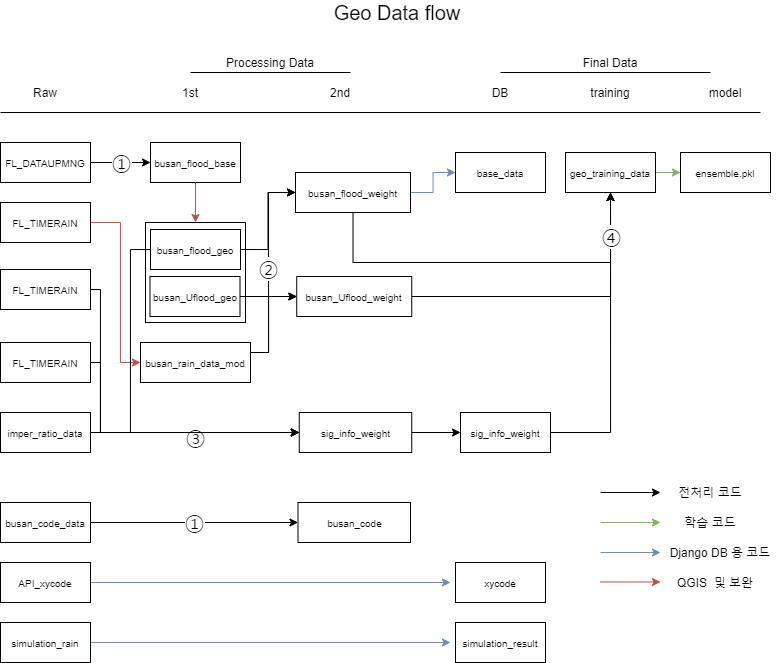
The draw.io diagram Readme md 99629370fe664b84b98f21911af9cff2/file.png in kho903/dataflood, before a commit. Source tidied: cells renumbered, new cells last; positions are measured from the earlier drawing's top-left corner, leaving out a move shared by most shapes. Source of this version:
```xml
<mxGraphModel>
  <root>
    <mxCell id="0" />
    <mxCell id="1" parent="0" />
    <mxCell id="2" style="endArrow=none;html=1;" parent="1" edge="1">
      <mxGeometry relative="1" as="geometry">
        <mxPoint y="110" as="sourcePoint" />
        <mxPoint x="760" y="110" as="targetPoint" />
      </mxGeometry>
    </mxCell>
    <mxCell id="3" value="&lt;font style=&quot;font-size: 8px&quot;&gt;FL_DATAUPMNG&lt;/font&gt;" style="rounded=0;whiteSpace=wrap;html=1;" parent="1" vertex="1">
      <mxGeometry y="140" width="90" height="40" as="geometry" />
    </mxCell>
    <mxCell id="4" style="edgeStyle=orthogonalEdgeStyle;rounded=0;jettySize=auto;html=1;entryX=0;entryY=0.5;entryDx=0;entryDy=0;fillColor=#f8cecc;strokeColor=#b85450;" parent="1" edge="1" source="5" target="24">
      <mxGeometry relative="1" as="geometry">
        <Array as="points">
          <mxPoint x="120" y="220" />
          <mxPoint x="120" y="360" />
        </Array>
      </mxGeometry>
    </mxCell>
    <mxCell id="5" value="&lt;font style=&quot;font-size: 8px&quot;&gt;FL_TIMERAIN&lt;/font&gt;" style="rounded=0;whiteSpace=wrap;html=1;" parent="1" vertex="1">
      <mxGeometry y="200" width="90" height="40" as="geometry" />
    </mxCell>
    <mxCell id="6" style="edgeStyle=orthogonalEdgeStyle;rounded=0;jettySize=auto;html=1;" parent="1" edge="1" source="7" target="33">
      <mxGeometry relative="1" as="geometry" />
    </mxCell>
    <mxCell id="7" value="&lt;font style=&quot;font-size: 8px&quot;&gt;imper_ratio_data&lt;br&gt;&lt;/font&gt;" style="rounded=0;whiteSpace=wrap;html=1;" parent="1" vertex="1">
      <mxGeometry y="410" width="90" height="40" as="geometry" />
    </mxCell>
    <mxCell id="8" value="&lt;font style=&quot;font-size: 20px&quot;&gt;①&lt;/font&gt;" style="edgeStyle=orthogonalEdgeStyle;rounded=0;jettySize=auto;html=1;entryX=0;entryY=0.5;entryDx=0;entryDy=0;" parent="1" edge="1" source="9" target="31">
      <mxGeometry relative="1" as="geometry" />
    </mxCell>
    <mxCell id="9" value="&lt;font style=&quot;font-size: 8px&quot;&gt;busan_code_data&lt;/font&gt;" style="rounded=0;whiteSpace=wrap;html=1;" parent="1" vertex="1">
      <mxGeometry y="500" width="90" height="40" as="geometry" />
    </mxCell>
    <mxCell id="10" value="Raw" style="text;html=1;strokeColor=none;fillColor=none;align=center;verticalAlign=middle;whiteSpace=wrap;rounded=0;" parent="1" vertex="1">
      <mxGeometry x="25" y="80" width="40" height="20" as="geometry" />
    </mxCell>
    <mxCell id="11" value="1st" style="text;html=1;strokeColor=none;fillColor=none;align=center;verticalAlign=middle;whiteSpace=wrap;rounded=0;" parent="1" vertex="1">
      <mxGeometry x="170" y="80" width="40" height="20" as="geometry" />
    </mxCell>
    <mxCell id="12" value="&lt;font style=&quot;font-size: 20px&quot;&gt;①&lt;/font&gt;" style="endArrow=classic;html=1;exitX=1;exitY=0.5;exitDx=0;exitDy=0;entryX=0;entryY=0.5;entryDx=0;entryDy=0;" parent="1" edge="1" source="3" target="13">
      <mxGeometry relative="1" as="geometry" />
    </mxCell>
    <mxCell id="13" value="&lt;font style=&quot;font-size: 8px&quot;&gt;busan_flood_base&lt;/font&gt;" style="rounded=0;whiteSpace=wrap;html=1;" parent="1" vertex="1">
      <mxGeometry x="150" y="140" width="90" height="40" as="geometry" />
    </mxCell>
    <mxCell id="14" style="endArrow=classic;html=1;exitX=0.5;exitY=1;exitDx=0;exitDy=0;entryX=0.5;entryY=0;entryDx=0;entryDy=0;fillColor=#f8cecc;strokeColor=#b85450;" parent="1" edge="1" source="13" target="15">
      <mxGeometry relative="1" as="geometry" />
    </mxCell>
    <mxCell id="15" style="whiteSpace=wrap;html=1;" parent="1" vertex="1">
      <mxGeometry x="145" y="220" width="100" height="100" as="geometry" />
    </mxCell>
    <mxCell id="16" style="edgeStyle=orthogonalEdgeStyle;rounded=0;jettySize=auto;html=1;exitX=1;exitY=0.5;exitDx=0;exitDy=0;entryX=0;entryY=0.5;entryDx=0;entryDy=0;" parent="1" edge="1" source="19" target="30">
      <mxGeometry relative="1" as="geometry" />
    </mxCell>
    <mxCell id="17" style="edgeStyle=orthogonalEdgeStyle;rounded=0;jettySize=auto;html=1;entryX=0;entryY=0.25;entryDx=0;entryDy=0;" parent="1" edge="1" source="19" target="33">
      <mxGeometry relative="1" as="geometry">
        <Array as="points">
          <mxPoint x="130" y="247" />
          <mxPoint x="130" y="430" />
          <mxPoint x="317" y="430" />
        </Array>
      </mxGeometry>
    </mxCell>
    <mxCell id="18" value="&lt;font style=&quot;font-size: 20px&quot;&gt;③&lt;/font&gt;" style="edgeLabel;html=1;align=center;verticalAlign=middle;" parent="17" vertex="1">
      <mxGeometry x="0.28" y="-4" relative="1" as="geometry" />
    </mxCell>
    <mxCell id="19" value="&lt;font style=&quot;font-size: 8px&quot;&gt;busan_flood_geo&lt;/font&gt;" style="rounded=0;whiteSpace=wrap;html=1;" parent="1" vertex="1">
      <mxGeometry x="150" y="227" width="90" height="40" as="geometry" />
    </mxCell>
    <mxCell id="20" style="edgeStyle=orthogonalEdgeStyle;rounded=0;jettySize=auto;html=1;entryX=0;entryY=0.5;entryDx=0;entryDy=0;" parent="1" edge="1" source="21" target="35">
      <mxGeometry relative="1" as="geometry" />
    </mxCell>
    <mxCell id="21" value="&lt;font style=&quot;font-size: 8px&quot;&gt;busan_Uflood_geo&lt;/font&gt;" style="rounded=0;whiteSpace=wrap;html=1;" parent="1" vertex="1">
      <mxGeometry x="149.5" y="274" width="90" height="40" as="geometry" />
    </mxCell>
    <mxCell id="22" style="edgeStyle=orthogonalEdgeStyle;rounded=0;jettySize=auto;html=1;entryX=0;entryY=0.5;entryDx=0;entryDy=0;" parent="1" edge="1" source="24" target="35">
      <mxGeometry relative="1" as="geometry">
        <Array as="points">
          <mxPoint x="268" y="350" />
          <mxPoint x="268" y="294" />
        </Array>
      </mxGeometry>
    </mxCell>
    <mxCell id="23" value="&lt;font style=&quot;font-size: 20px&quot;&gt;②&lt;/font&gt;" style="edgeStyle=orthogonalEdgeStyle;rounded=0;jettySize=auto;html=1;entryX=0;entryY=0.5;entryDx=0;entryDy=0;" parent="1" edge="1" source="24" target="30">
      <mxGeometry relative="1" as="geometry">
        <Array as="points">
          <mxPoint x="268" y="350" />
          <mxPoint x="268" y="190" />
        </Array>
      </mxGeometry>
    </mxCell>
    <mxCell id="24" value="&lt;font style=&quot;font-size: 9px&quot;&gt;busan_rain_data_mod&lt;/font&gt;" style="rounded=0;whiteSpace=wrap;html=1;" parent="1" vertex="1">
      <mxGeometry x="140" y="340" width="110" height="40" as="geometry" />
    </mxCell>
    <mxCell id="25" value="2nd" style="text;html=1;strokeColor=none;fillColor=none;align=center;verticalAlign=middle;whiteSpace=wrap;rounded=0;" parent="1" vertex="1">
      <mxGeometry x="320" y="80" width="40" height="20" as="geometry" />
    </mxCell>
    <mxCell id="26" value="Processing Data" style="text;html=1;strokeColor=none;fillColor=none;align=center;verticalAlign=middle;whiteSpace=wrap;rounded=0;" parent="1" vertex="1">
      <mxGeometry x="210" y="50" width="120" height="20" as="geometry" />
    </mxCell>
    <mxCell id="27" style="endArrow=none;html=1;" parent="1" edge="1">
      <mxGeometry relative="1" as="geometry">
        <mxPoint x="190" y="70" as="sourcePoint" />
        <mxPoint x="350" y="70" as="targetPoint" />
      </mxGeometry>
    </mxCell>
    <mxCell id="28" style="edgeStyle=orthogonalEdgeStyle;rounded=0;jettySize=auto;html=1;entryX=0;entryY=0.5;entryDx=0;entryDy=0;fillColor=#dae8fc;strokeColor=#6c8ebf;" parent="1" edge="1" source="30" target="43">
      <mxGeometry relative="1" as="geometry" />
    </mxCell>
    <mxCell id="29" style="edgeStyle=orthogonalEdgeStyle;rounded=0;jettySize=auto;html=1;entryX=0.5;entryY=1;entryDx=0;entryDy=0;" parent="1" edge="1" source="30" target="42">
      <mxGeometry relative="1" as="geometry">
        <Array as="points">
          <mxPoint x="353" y="260" />
          <mxPoint x="610" y="260" />
        </Array>
      </mxGeometry>
    </mxCell>
    <mxCell id="30" value="&lt;font style=&quot;font-size: 8px&quot;&gt;busan_flood_weight&lt;/font&gt;" style="rounded=0;whiteSpace=wrap;html=1;" parent="1" vertex="1">
      <mxGeometry x="295" y="170" width="115" height="40" as="geometry" />
    </mxCell>
    <mxCell id="31" value="&lt;font style=&quot;font-size: 8px&quot;&gt;busan_code&lt;/font&gt;" style="rounded=0;whiteSpace=wrap;html=1;" parent="1" vertex="1">
      <mxGeometry x="297.5" y="500" width="112.5" height="40" as="geometry" />
    </mxCell>
    <mxCell id="32" style="edgeStyle=orthogonalEdgeStyle;rounded=0;jettySize=auto;html=1;entryX=0;entryY=0.5;entryDx=0;entryDy=0;" parent="1" edge="1" source="33" target="51">
      <mxGeometry relative="1" as="geometry" />
    </mxCell>
    <mxCell id="33" value="&lt;span style=&quot;font-size: 8px&quot;&gt;sig_info_weight&lt;/span&gt;" style="rounded=0;whiteSpace=wrap;html=1;" parent="1" vertex="1">
      <mxGeometry x="298.8" y="410" width="112.5" height="40" as="geometry" />
    </mxCell>
    <mxCell id="34" style="edgeStyle=orthogonalEdgeStyle;rounded=0;jettySize=auto;html=1;entryX=0.5;entryY=1;entryDx=0;entryDy=0;" parent="1" edge="1" source="35" target="42">
      <mxGeometry relative="1" as="geometry" />
    </mxCell>
    <mxCell id="35" value="&lt;font style=&quot;font-size: 8px&quot;&gt;busan_Uflood_weight&lt;/font&gt;" style="rounded=0;whiteSpace=wrap;html=1;" parent="1" vertex="1">
      <mxGeometry x="296.2" y="274" width="115" height="40" as="geometry" />
    </mxCell>
    <mxCell id="36" value="DB" style="text;html=1;strokeColor=none;fillColor=none;align=center;verticalAlign=middle;whiteSpace=wrap;rounded=0;" parent="1" vertex="1">
      <mxGeometry x="480" y="80" width="40" height="20" as="geometry" />
    </mxCell>
    <mxCell id="37" value="model" style="text;html=1;strokeColor=none;fillColor=none;align=center;verticalAlign=middle;whiteSpace=wrap;rounded=0;" parent="1" vertex="1">
      <mxGeometry x="705" y="80" width="40" height="20" as="geometry" />
    </mxCell>
    <mxCell id="38" value="training" style="text;html=1;strokeColor=none;fillColor=none;align=center;verticalAlign=middle;whiteSpace=wrap;rounded=0;" parent="1" vertex="1">
      <mxGeometry x="590" y="80" width="40" height="20" as="geometry" />
    </mxCell>
    <mxCell id="39" value="Final Data" style="text;html=1;strokeColor=none;fillColor=none;align=center;verticalAlign=middle;whiteSpace=wrap;rounded=0;" parent="1" vertex="1">
      <mxGeometry x="550" y="50" width="120" height="20" as="geometry" />
    </mxCell>
    <mxCell id="40" style="endArrow=none;html=1;" parent="1" edge="1">
      <mxGeometry relative="1" as="geometry">
        <mxPoint x="500" y="70" as="sourcePoint" />
        <mxPoint x="710" y="70" as="targetPoint" />
      </mxGeometry>
    </mxCell>
    <mxCell id="41" style="edgeStyle=orthogonalEdgeStyle;rounded=0;jettySize=auto;html=1;entryX=0;entryY=0.5;entryDx=0;entryDy=0;fillColor=#d5e8d4;strokeColor=#82b366;" parent="1" edge="1" source="42" target="44">
      <mxGeometry relative="1" as="geometry" />
    </mxCell>
    <mxCell id="42" value="&lt;span style=&quot;font-size: 8px&quot;&gt;geo_training_data&lt;/span&gt;" style="rounded=0;whiteSpace=wrap;html=1;" parent="1" vertex="1">
      <mxGeometry x="565" y="150" width="90" height="40" as="geometry" />
    </mxCell>
    <mxCell id="43" value="&lt;font style=&quot;font-size: 8px&quot;&gt;base_data&lt;/font&gt;" style="rounded=0;whiteSpace=wrap;html=1;" parent="1" vertex="1">
      <mxGeometry x="455" y="150" width="90" height="40" as="geometry" />
    </mxCell>
    <mxCell id="44" value="&lt;font style=&quot;font-size: 8px&quot;&gt;ensemble.pkl&lt;/font&gt;" style="rounded=0;whiteSpace=wrap;html=1;" parent="1" vertex="1">
      <mxGeometry x="680" y="150" width="90" height="40" as="geometry" />
    </mxCell>
    <mxCell id="45" value="&lt;font style=&quot;font-size: 20px&quot;&gt;Geo Data flow&lt;/font&gt;" style="text;html=1;strokeColor=none;fillColor=none;align=center;verticalAlign=middle;whiteSpace=wrap;rounded=0;" parent="1" vertex="1">
      <mxGeometry x="204" width="386" height="20" as="geometry" />
    </mxCell>
    <mxCell id="46" style="edgeStyle=orthogonalEdgeStyle;rounded=0;jettySize=auto;html=1;fillColor=#dae8fc;strokeColor=#6c8ebf;" parent="1" edge="1" source="47">
      <mxGeometry relative="1" as="geometry">
        <mxPoint x="450" y="580" as="targetPoint" />
      </mxGeometry>
    </mxCell>
    <mxCell id="47" value="&lt;font style=&quot;font-size: 8px&quot;&gt;API_xycode&lt;/font&gt;" style="rounded=0;whiteSpace=wrap;html=1;" parent="1" vertex="1">
      <mxGeometry y="560" width="90" height="40" as="geometry" />
    </mxCell>
    <mxCell id="48" value="&lt;font style=&quot;font-size: 8px&quot;&gt;xycode&lt;br&gt;&lt;/font&gt;" style="rounded=0;whiteSpace=wrap;html=1;" parent="1" vertex="1">
      <mxGeometry x="455" y="560" width="90" height="40" as="geometry" />
    </mxCell>
    <mxCell id="49" style="edgeStyle=orthogonalEdgeStyle;rounded=0;jettySize=auto;html=1;entryX=0.5;entryY=1;entryDx=0;entryDy=0;" parent="1" edge="1" source="51" target="42">
      <mxGeometry relative="1" as="geometry" />
    </mxCell>
    <mxCell id="50" value="&lt;font style=&quot;font-size: 20px&quot;&gt;④&lt;/font&gt;" style="edgeLabel;html=1;align=center;verticalAlign=middle;" parent="49" vertex="1">
      <mxGeometry x="0.71" relative="1" as="geometry" />
    </mxCell>
    <mxCell id="51" value="&lt;span style=&quot;font-size: 8px&quot;&gt;sig_info_weight&lt;/span&gt;" style="rounded=0;whiteSpace=wrap;html=1;" parent="1" vertex="1">
      <mxGeometry x="460" y="410" width="90" height="40" as="geometry" />
    </mxCell>
    <mxCell id="52" style="edgeStyle=orthogonalEdgeStyle;rounded=0;jettySize=auto;html=1;fillColor=#dae8fc;strokeColor=#6c8ebf;" parent="1" edge="1" source="53">
      <mxGeometry relative="1" as="geometry">
        <mxPoint x="450" y="640" as="targetPoint" />
      </mxGeometry>
    </mxCell>
    <mxCell id="53" value="&lt;span style=&quot;font-size: 8px&quot;&gt;simulation_rain&lt;br&gt;&lt;/span&gt;" style="rounded=0;whiteSpace=wrap;html=1;" parent="1" vertex="1">
      <mxGeometry y="620" width="90" height="40" as="geometry" />
    </mxCell>
    <mxCell id="54" value="&lt;span style=&quot;font-size: 8px&quot;&gt;simulation_result&lt;br&gt;&lt;/span&gt;" style="rounded=0;whiteSpace=wrap;html=1;" parent="1" vertex="1">
      <mxGeometry x="455" y="620" width="90" height="40" as="geometry" />
    </mxCell>
    <mxCell id="55" style="edgeStyle=orthogonalEdgeStyle;rounded=0;jettySize=auto;html=1;entryX=0;entryY=0.5;entryDx=0;entryDy=0;" parent="1" edge="1" source="56" target="33">
      <mxGeometry relative="1" as="geometry">
        <Array as="points">
          <mxPoint x="100" y="287" />
          <mxPoint x="100" y="430" />
        </Array>
      </mxGeometry>
    </mxCell>
    <mxCell id="56" value="&lt;font style=&quot;font-size: 8px&quot;&gt;FL_TIMERAIN&lt;/font&gt;" style="rounded=0;whiteSpace=wrap;html=1;" parent="1" vertex="1">
      <mxGeometry y="267" width="90" height="40" as="geometry" />
    </mxCell>
    <mxCell id="57" style="edgeStyle=orthogonalEdgeStyle;rounded=0;jettySize=auto;html=1;entryX=0;entryY=0.5;entryDx=0;entryDy=0;" parent="1" edge="1" source="58" target="33">
      <mxGeometry relative="1" as="geometry">
        <Array as="points">
          <mxPoint x="100" y="360" />
          <mxPoint x="100" y="430" />
        </Array>
      </mxGeometry>
    </mxCell>
    <mxCell id="58" value="&lt;font style=&quot;font-size: 8px&quot;&gt;FL_TIMERAIN&lt;/font&gt;" style="rounded=0;whiteSpace=wrap;html=1;" parent="1" vertex="1">
      <mxGeometry y="340" width="90" height="40" as="geometry" />
    </mxCell>
    <mxCell id="59" style="edgeStyle=orthogonalEdgeStyle;rounded=0;orthogonalLoop=1;jettySize=auto;html=1;fillColor=#d5e8d4;strokeColor=#82b366;" parent="1" edge="1">
      <mxGeometry relative="1" as="geometry">
        <mxPoint x="600" y="520" as="sourcePoint" />
        <mxPoint x="660" y="520" as="targetPoint" />
        <Array as="points">
          <mxPoint x="650" y="520" />
          <mxPoint x="650" y="520" />
        </Array>
      </mxGeometry>
    </mxCell>
    <mxCell id="60" style="edgeStyle=orthogonalEdgeStyle;rounded=0;orthogonalLoop=1;jettySize=auto;html=1;fillColor=#dae8fc;strokeColor=#6c8ebf;" parent="1" edge="1">
      <mxGeometry relative="1" as="geometry">
        <mxPoint x="600" y="550" as="sourcePoint" />
        <mxPoint x="660" y="550" as="targetPoint" />
      </mxGeometry>
    </mxCell>
    <mxCell id="61" style="endArrow=classic;html=1;" parent="1" edge="1">
      <mxGeometry relative="1" as="geometry">
        <mxPoint x="600" y="490" as="sourcePoint" />
        <mxPoint x="660" y="490" as="targetPoint" />
      </mxGeometry>
    </mxCell>
    <mxCell id="62" style="endArrow=classic;html=1;fillColor=#f8cecc;strokeColor=#b85450;" parent="1" edge="1">
      <mxGeometry relative="1" as="geometry">
        <mxPoint x="600" y="579.5" as="sourcePoint" />
        <mxPoint x="660" y="579.5" as="targetPoint" />
      </mxGeometry>
    </mxCell>
    <mxCell id="63" value="전처리 코드" style="text;html=1;strokeColor=none;fillColor=none;align=center;verticalAlign=middle;whiteSpace=wrap;rounded=0;" parent="1" vertex="1">
      <mxGeometry x="670" y="480" width="80" height="20" as="geometry" />
    </mxCell>
    <mxCell id="64" value="학습 코드" style="text;html=1;strokeColor=none;fillColor=none;align=center;verticalAlign=middle;whiteSpace=wrap;rounded=0;" parent="1" vertex="1">
      <mxGeometry x="670" y="510" width="80" height="20" as="geometry" />
    </mxCell>
    <mxCell id="65" value="Django DB 용 코드" style="text;html=1;strokeColor=none;fillColor=none;align=center;verticalAlign=middle;whiteSpace=wrap;rounded=0;" parent="1" vertex="1">
      <mxGeometry x="660" y="540" width="120" height="20" as="geometry" />
    </mxCell>
    <mxCell id="66" value="QGIS&amp;nbsp; 및 보완" style="text;html=1;strokeColor=none;fillColor=none;align=center;verticalAlign=middle;whiteSpace=wrap;rounded=0;" parent="1" vertex="1">
      <mxGeometry x="670" y="570" width="90" height="20" as="geometry" />
    </mxCell>
  </root>
</mxGraphModel>
```
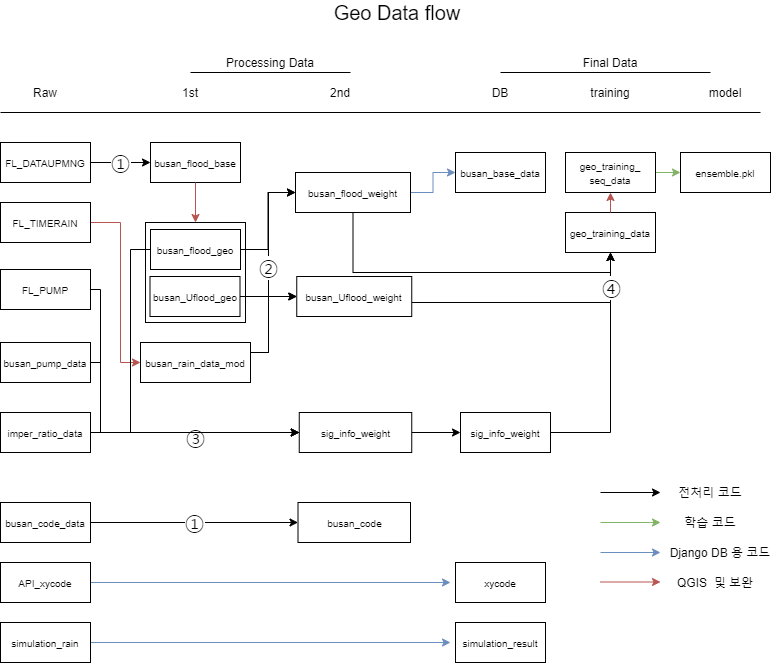
The same file after the commit.

Diff of the diagram source:
```diff
@@ -113,8 +113,8 @@
     <mxCell id="29" style="edgeStyle=orthogonalEdgeStyle;rounded=0;jettySize=auto;html=1;entryX=0.5;entryY=1;entryDx=0;entryDy=0;" parent="1" edge="1" source="30" target="42">
       <mxGeometry relative="1" as="geometry">
         <Array as="points">
-          <mxPoint x="353" y="260" />
-          <mxPoint x="610" y="260" />
+          <mxPoint x="353" y="270" />
+          <mxPoint x="610" y="270" />
         </Array>
       </mxGeometry>
     </mxCell>
@@ -131,7 +131,11 @@
       <mxGeometry x="298.8" y="410" width="112.5" height="40" as="geometry" />
     </mxCell>
     <mxCell id="34" style="edgeStyle=orthogonalEdgeStyle;rounded=0;jettySize=auto;html=1;entryX=0.5;entryY=1;entryDx=0;entryDy=0;" parent="1" edge="1" source="35" target="42">
-      <mxGeometry relative="1" as="geometry" />
+      <mxGeometry relative="1" as="geometry">
+        <Array as="points">
+          <mxPoint x="610" y="300" />
+        </Array>
+      </mxGeometry>
     </mxCell>
     <mxCell id="35" value="&lt;font style=&quot;font-size: 8px&quot;&gt;busan_Uflood_weight&lt;/font&gt;" style="rounded=0;whiteSpace=wrap;html=1;" parent="1" vertex="1">
       <mxGeometry x="296.2" y="274" width="115" height="40" as="geometry" />
@@ -154,13 +158,15 @@
         <mxPoint x="710" y="70" as="targetPoint" />
       </mxGeometry>
     </mxCell>
-    <mxCell id="41" style="edgeStyle=orthogonalEdgeStyle;rounded=0;jettySize=auto;html=1;entryX=0;entryY=0.5;entryDx=0;entryDy=0;fillColor=#d5e8d4;strokeColor=#82b366;" parent="1" edge="1" source="42" target="44">
-      <mxGeometry relative="1" as="geometry" />
+    <mxCell id="41" style="edgeStyle=orthogonalEdgeStyle;rounded=0;jettySize=auto;html=1;entryX=0;entryY=0.5;entryDx=0;entryDy=0;fillColor=#d5e8d4;strokeColor=#82b366;" parent="1" edge="1" target="44">
+      <mxGeometry relative="1" as="geometry">
+        <mxPoint x="655" y="170" as="sourcePoint" />
+      </mxGeometry>
     </mxCell>
     <mxCell id="42" value="&lt;span style=&quot;font-size: 8px&quot;&gt;geo_training_data&lt;/span&gt;" style="rounded=0;whiteSpace=wrap;html=1;" parent="1" vertex="1">
-      <mxGeometry x="565" y="150" width="90" height="40" as="geometry" />
+      <mxGeometry x="565" y="210" width="90" height="40" as="geometry" />
     </mxCell>
-    <mxCell id="43" value="&lt;font style=&quot;font-size: 8px&quot;&gt;base_data&lt;/font&gt;" style="rounded=0;whiteSpace=wrap;html=1;" parent="1" vertex="1">
+    <mxCell id="43" value="&lt;font style=&quot;font-size: 8px&quot;&gt;busan_base_data&lt;/font&gt;" style="rounded=0;whiteSpace=wrap;html=1;" parent="1" vertex="1">
       <mxGeometry x="455" y="150" width="90" height="40" as="geometry" />
     </mxCell>
     <mxCell id="44" value="&lt;font style=&quot;font-size: 8px&quot;&gt;ensemble.pkl&lt;/font&gt;" style="rounded=0;whiteSpace=wrap;html=1;" parent="1" vertex="1">
@@ -208,7 +214,7 @@
         </Array>
       </mxGeometry>
     </mxCell>
-    <mxCell id="56" value="&lt;font style=&quot;font-size: 8px&quot;&gt;FL_TIMERAIN&lt;/font&gt;" style="rounded=0;whiteSpace=wrap;html=1;" parent="1" vertex="1">
+    <mxCell id="56" value="&lt;font style=&quot;font-size: 8px&quot;&gt;FL_PUMP&lt;/font&gt;" style="rounded=0;whiteSpace=wrap;html=1;" parent="1" vertex="1">
       <mxGeometry y="267" width="90" height="40" as="geometry" />
     </mxCell>
     <mxCell id="57" style="edgeStyle=orthogonalEdgeStyle;rounded=0;jettySize=auto;html=1;entryX=0;entryY=0.5;entryDx=0;entryDy=0;" parent="1" edge="1" source="58" target="33">
@@ -219,7 +225,7 @@
         </Array>
       </mxGeometry>
     </mxCell>
-    <mxCell id="58" value="&lt;font style=&quot;font-size: 8px&quot;&gt;FL_TIMERAIN&lt;/font&gt;" style="rounded=0;whiteSpace=wrap;html=1;" parent="1" vertex="1">
+    <mxCell id="58" value="&lt;font style=&quot;font-size: 8px&quot;&gt;busan_pump_data&lt;br&gt;&lt;/font&gt;" style="rounded=0;whiteSpace=wrap;html=1;" parent="1" vertex="1">
       <mxGeometry y="340" width="90" height="40" as="geometry" />
     </mxCell>
     <mxCell id="59" style="edgeStyle=orthogonalEdgeStyle;rounded=0;orthogonalLoop=1;jettySize=auto;html=1;fillColor=#d5e8d4;strokeColor=#82b366;" parent="1" edge="1">
@@ -262,5 +268,11 @@
     <mxCell id="66" value="QGIS&amp;nbsp; 및 보완" style="text;html=1;strokeColor=none;fillColor=none;align=center;verticalAlign=middle;whiteSpace=wrap;rounded=0;" parent="1" vertex="1">
       <mxGeometry x="670" y="570" width="90" height="20" as="geometry" />
     </mxCell>
+    <mxCell id="67" value="&lt;font style=&quot;font-size: 8px&quot;&gt;geo_training_&lt;br&gt;seq_data&lt;/font&gt;" style="rounded=0;whiteSpace=wrap;html=1;" parent="1" vertex="1">
+      <mxGeometry x="565" y="150" width="90" height="40" as="geometry" />
+    </mxCell>
+    <mxCell id="68" style="endArrow=classic;html=1;exitX=0.5;exitY=0;exitDx=0;exitDy=0;fillColor=#f8cecc;strokeColor=#b85450;" parent="1" edge="1" source="42" target="67">
+      <mxGeometry relative="1" as="geometry" />
+    </mxCell>
   </root>
 </mxGraphModel>
```
